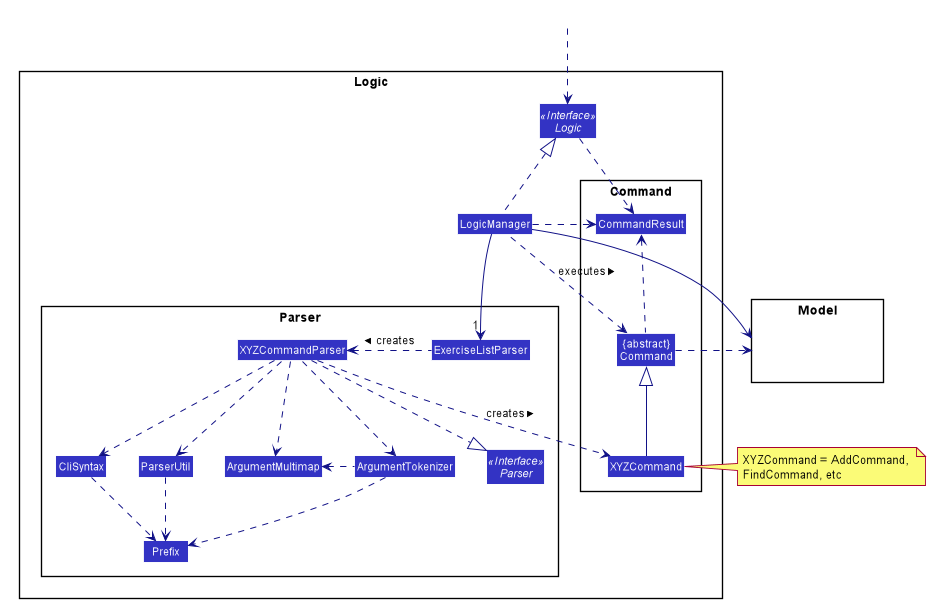
The PlantUML diagram images/LogicClassDiagram.png in alloystory/cs2103t_zerotoone, before a commit. Its diagram source:
```plantuml
@startuml








skinparam BackgroundColor #FFFFFFF

skinparam Shadowing false

skinparam Class {
    FontColor #FFFFFF
    BorderThickness 1
    BorderColor #FFFFFF
    StereotypeFontColor #FFFFFF
    FontName Arial
}

skinparam Actor {
    BorderColor #000000
    Color #000000
    FontName Arial
}

skinparam Sequence {
    MessageAlign center
    BoxFontSize 15
    BoxPadding 0
    BoxFontColor #FFFFFF
    FontName Arial
}

skinparam Participant {
    FontColor #FFFFFFF
    Padding 20
}

skinparam MinClassWidth 50
skinparam ParticipantPadding 10
skinparam Shadowing false
skinparam DefaultTextAlignment center
skinparam packageStyle Rectangle

hide footbox
hide members
hide circle
skinparam arrowThickness 1.1
skinparam arrowColor #101086
skinparam classBackgroundColor #3333C4

package Logic {

package Parser {
Interface Parser <<Interface>>
Class ExerciseListParser
Class XYZCommandParser
Class CliSyntax
Class ParserUtil
Class ArgumentMultimap
Class ArgumentTokenizer
Class Prefix
}

package Command {
Class XYZCommand
Class CommandResult
Class "{abstract}\nCommand" as Command
}

Interface Logic <<Interface>>
Class LogicManager
}

package Model{
Class HiddenModel #FFFFFF
}

Class HiddenOutside #FFFFFF
HiddenOutside ..> Logic

LogicManager .up.|> Logic
LogicManager -->"1" ExerciseListParser
ExerciseListParser .left.> XYZCommandParser: creates >

XYZCommandParser ..> XYZCommand : creates >
XYZCommandParser ..|> Parser
XYZCommandParser ..> ArgumentMultimap
XYZCommandParser ..> ArgumentTokenizer
ArgumentTokenizer .left.> ArgumentMultimap
XYZCommandParser ..> CliSyntax
CliSyntax ..> Prefix
XYZCommandParser ..> ParserUtil
ParserUtil .down.> Prefix
ArgumentTokenizer .down.> Prefix
XYZCommand -up-|> Command
LogicManager .left.> Command : executes >

LogicManager --> Model
Command .right.> Model
note right of XYZCommand: XYZCommand = AddCommand, \nFindCommand, etc

Logic ..> CommandResult
LogicManager .down.> CommandResult
Command .up.> CommandResult
CommandResult -[hidden]-> Parser
@enduml
```
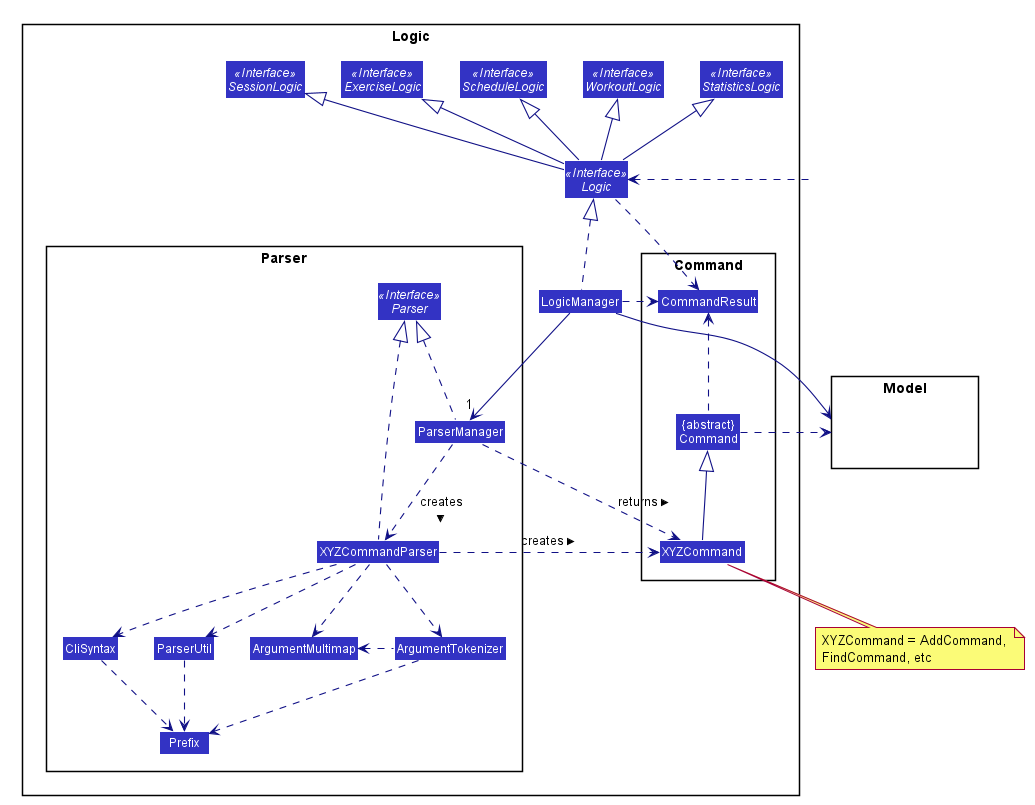
Above is the later version.

Diff of the diagram source:
```diff
@@ -1,4 +1,6 @@
 @startuml
+
+
 
 
 
@@ -52,58 +54,70 @@
 skinparam classBackgroundColor #3333C4
 
 package Logic {
+    package Parser {
+        Interface Parser <<Interface>>
+        Class ParserManager
+        Class XYZCommandParser
+        Class CliSyntax
+        Class ParserUtil
+        Class ArgumentMultimap
+        Class ArgumentTokenizer
+        Class Prefix
+    }
 
-package Parser {
-Interface Parser <<Interface>>
-Class ExerciseListParser
-Class XYZCommandParser
-Class CliSyntax
-Class ParserUtil
-Class ArgumentMultimap
-Class ArgumentTokenizer
-Class Prefix
-}
+    package Command {
+        Class XYZCommand
+        Class CommandResult
+        Class "{abstract}\nCommand" as Command
+    }
 
-package Command {
-Class XYZCommand
-Class CommandResult
-Class "{abstract}\nCommand" as Command
-}
+    Interface Logic <<Interface>>
+    Interface SessionLogic <<Interface>>
+    Interface ExerciseLogic <<Interface>>
+    Interface ScheduleLogic <<Interface>>
+    Interface WorkoutLogic <<Interface>>
+    Interface StatisticsLogic <<Interface>>
 
-Interface Logic <<Interface>>
-Class LogicManager
+    Class LogicManager
 }
 
 package Model{
-Class HiddenModel #FFFFFF
+    Class HiddenModel #FFFFFF
 }
 
 Class HiddenOutside #FFFFFF
-HiddenOutside ..> Logic
+HiddenOutside .left.> Logic
 
+Logic -up-|> SessionLogic
+Logic -up-|> ExerciseLogic
+Logic -up-|> ScheduleLogic
+Logic -up-|> WorkoutLogic
+Logic -up-|> StatisticsLogic
+
+Logic ..> CommandResult
 LogicManager .up.|> Logic
-LogicManager -->"1" ExerciseListParser
-ExerciseListParser .left.> XYZCommandParser: creates >
+LogicManager -->"1" ParserManager
+LogicManager .right.> CommandResult
+LogicManager --> Model
+Command .right.> Model
 
-XYZCommandParser ..> XYZCommand : creates >
-XYZCommandParser ..|> Parser
+XYZCommand -up-|> Command
+Command .up.> CommandResult
+note bottom of XYZCommand: XYZCommand = AddCommand, \nFindCommand, etc
+
+ParserManager .up.|> Parser
+XYZCommandParser .up.|> Parser
+ParserManager ..> XYZCommandParser : creates >
 XYZCommandParser ..> ArgumentMultimap
 XYZCommandParser ..> ArgumentTokenizer
 ArgumentTokenizer .left.> ArgumentMultimap
 XYZCommandParser ..> CliSyntax
-CliSyntax ..> Prefix
 XYZCommandParser ..> ParserUtil
 ParserUtil .down.> Prefix
 ArgumentTokenizer .down.> Prefix
-XYZCommand -up-|> Command
-LogicManager .left.> Command : executes >
+CliSyntax ..> Prefix
 
-LogicManager --> Model
-Command .right.> Model
-note right of XYZCommand: XYZCommand = AddCommand, \nFindCommand, etc
+ParserManager ..> XYZCommand : returns >
+XYZCommandParser .right.> XYZCommand : creates >
 
-Logic ..> CommandResult
-LogicManager .down.> CommandResult
-Command .up.> CommandResult
-CommandResult -[hidden]-> Parser
 @enduml
```
